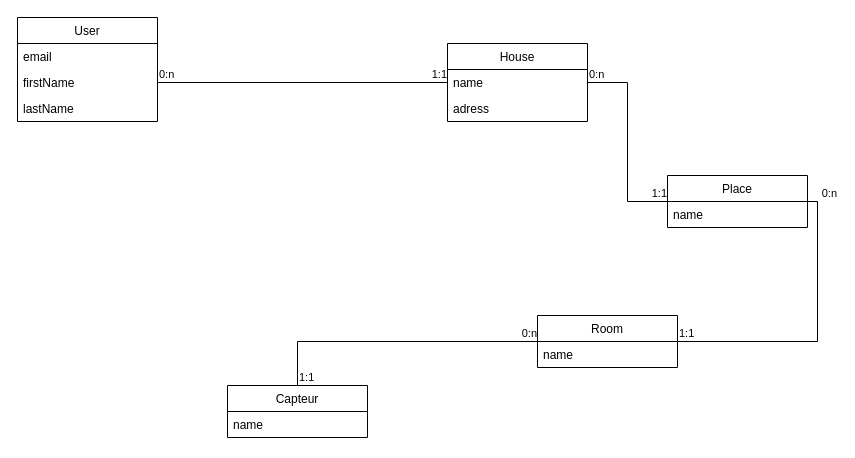
This is diagramme de classes.drawio from kinito62/Consommacteur, a draw.io file, before an edit. Source tidied: cells renumbered, new cells numbered last; positions are measured from the earlier drawing's top-left corner, leaving out a move shared by most shapes. Both pictures are drawn from the tidied source at 100%, with x=0, y=0 at pixel (17, 17).
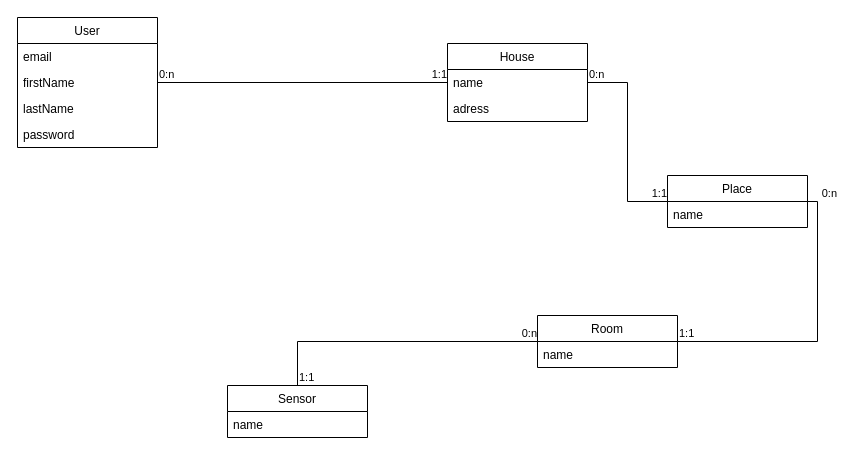
The same diagram, later.

The edit, as a diff of the source:
```diff
@@
     <mxCell id="2" value="User" style="swimlane;fontStyle=0;horizontal=1;startSize=26;fillColor=none;" parent="1" vertex="1">
-      <mxGeometry width="140" height="104" as="geometry" />
+      <mxGeometry width="140" height="130" as="geometry" />
     </mxCell>
@@
+    <mxCell id="27" value="password" style="text;strokeColor=none;fillColor=none;align=left;verticalAlign=top;spacingLeft=4;spacingRight=4;overflow=hidden;" parent="2" vertex="1">
+      <mxGeometry y="104" width="140" height="26" as="geometry" />
+    </mxCell>
-    <mxCell id="6" value="Capteur" style="swimlane;fontStyle=0;horizontal=1;startSize=26;fillColor=none;" parent="1" vertex="1">
+    <mxCell id="6" value="Sensor" style="swimlane;fontStyle=0;horizontal=1;startSize=26;fillColor=none;" parent="1" vertex="1">
       <mxGeometry x="210" y="368" width="140" height="52" as="geometry" />
     </mxCell>
```
